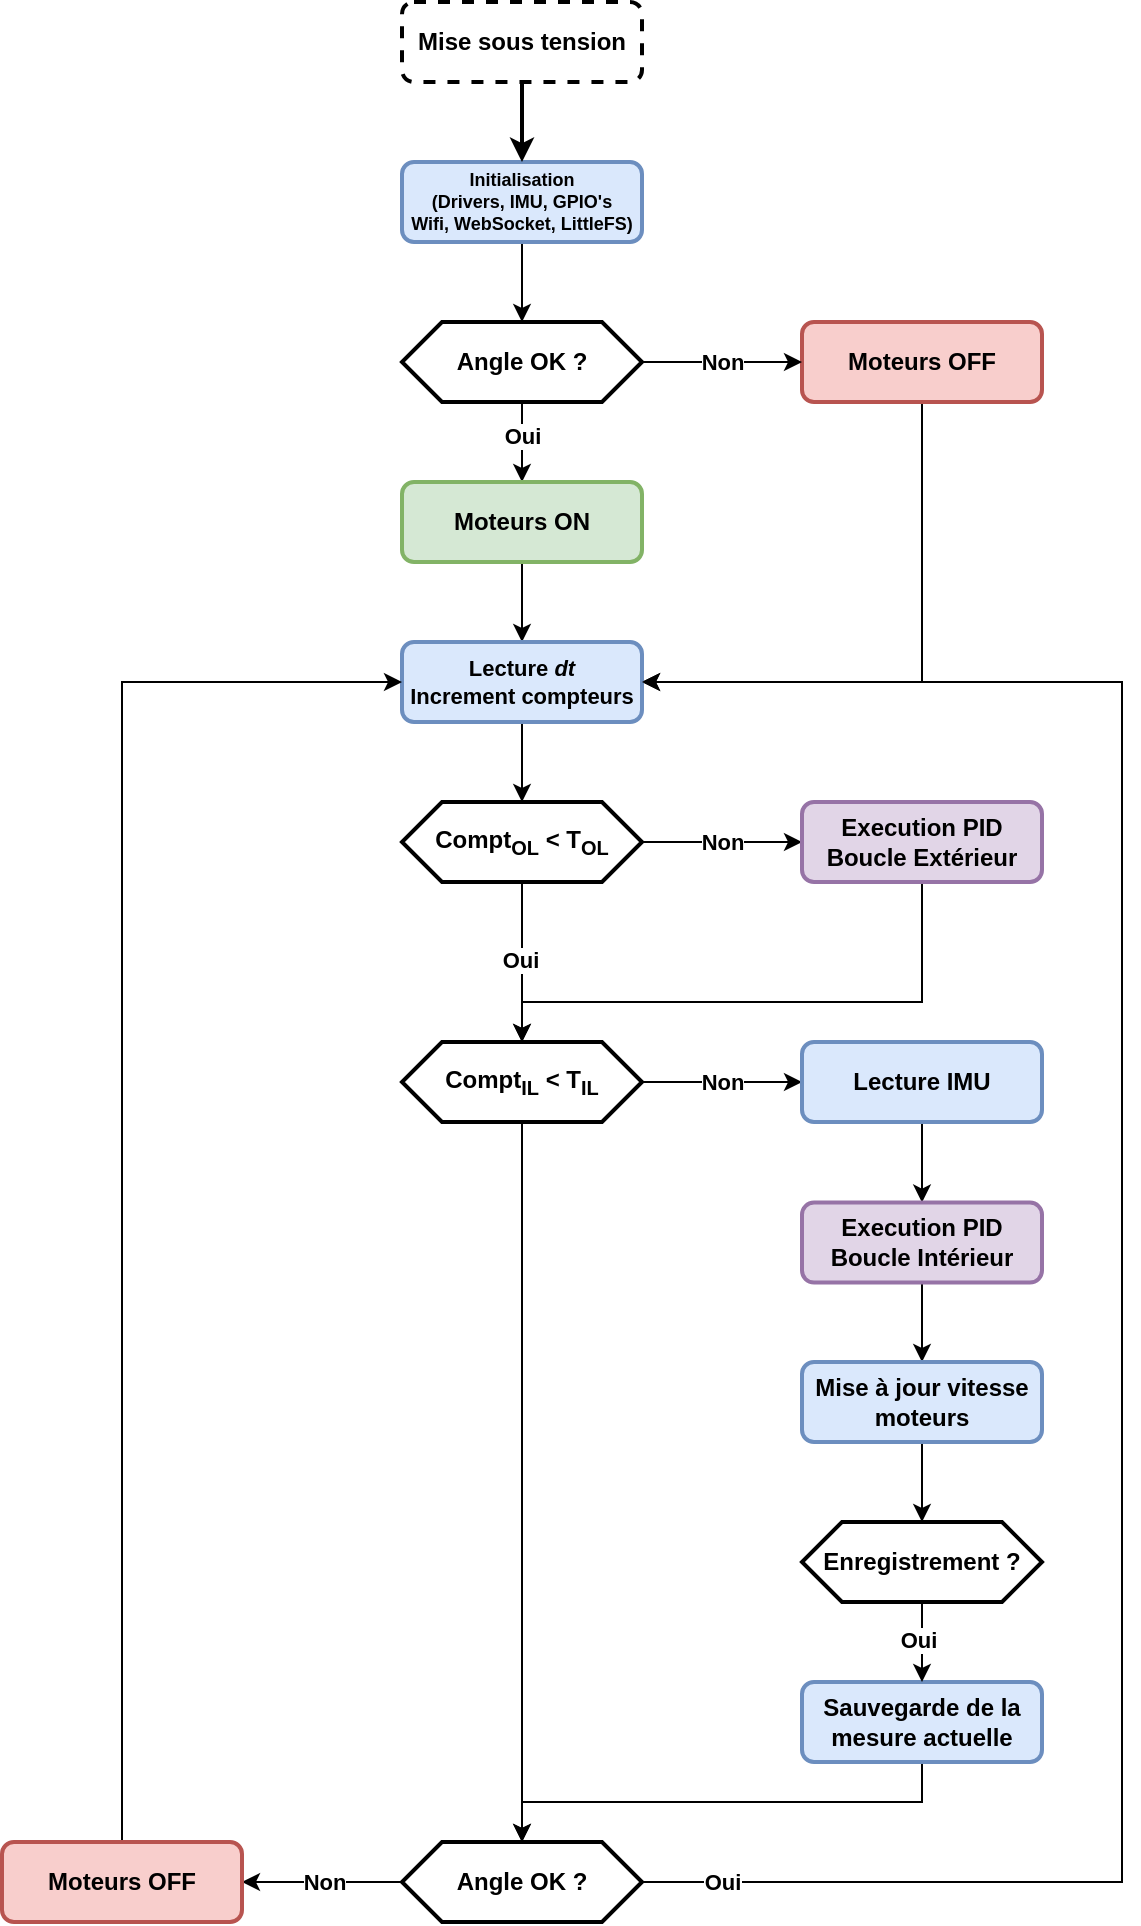
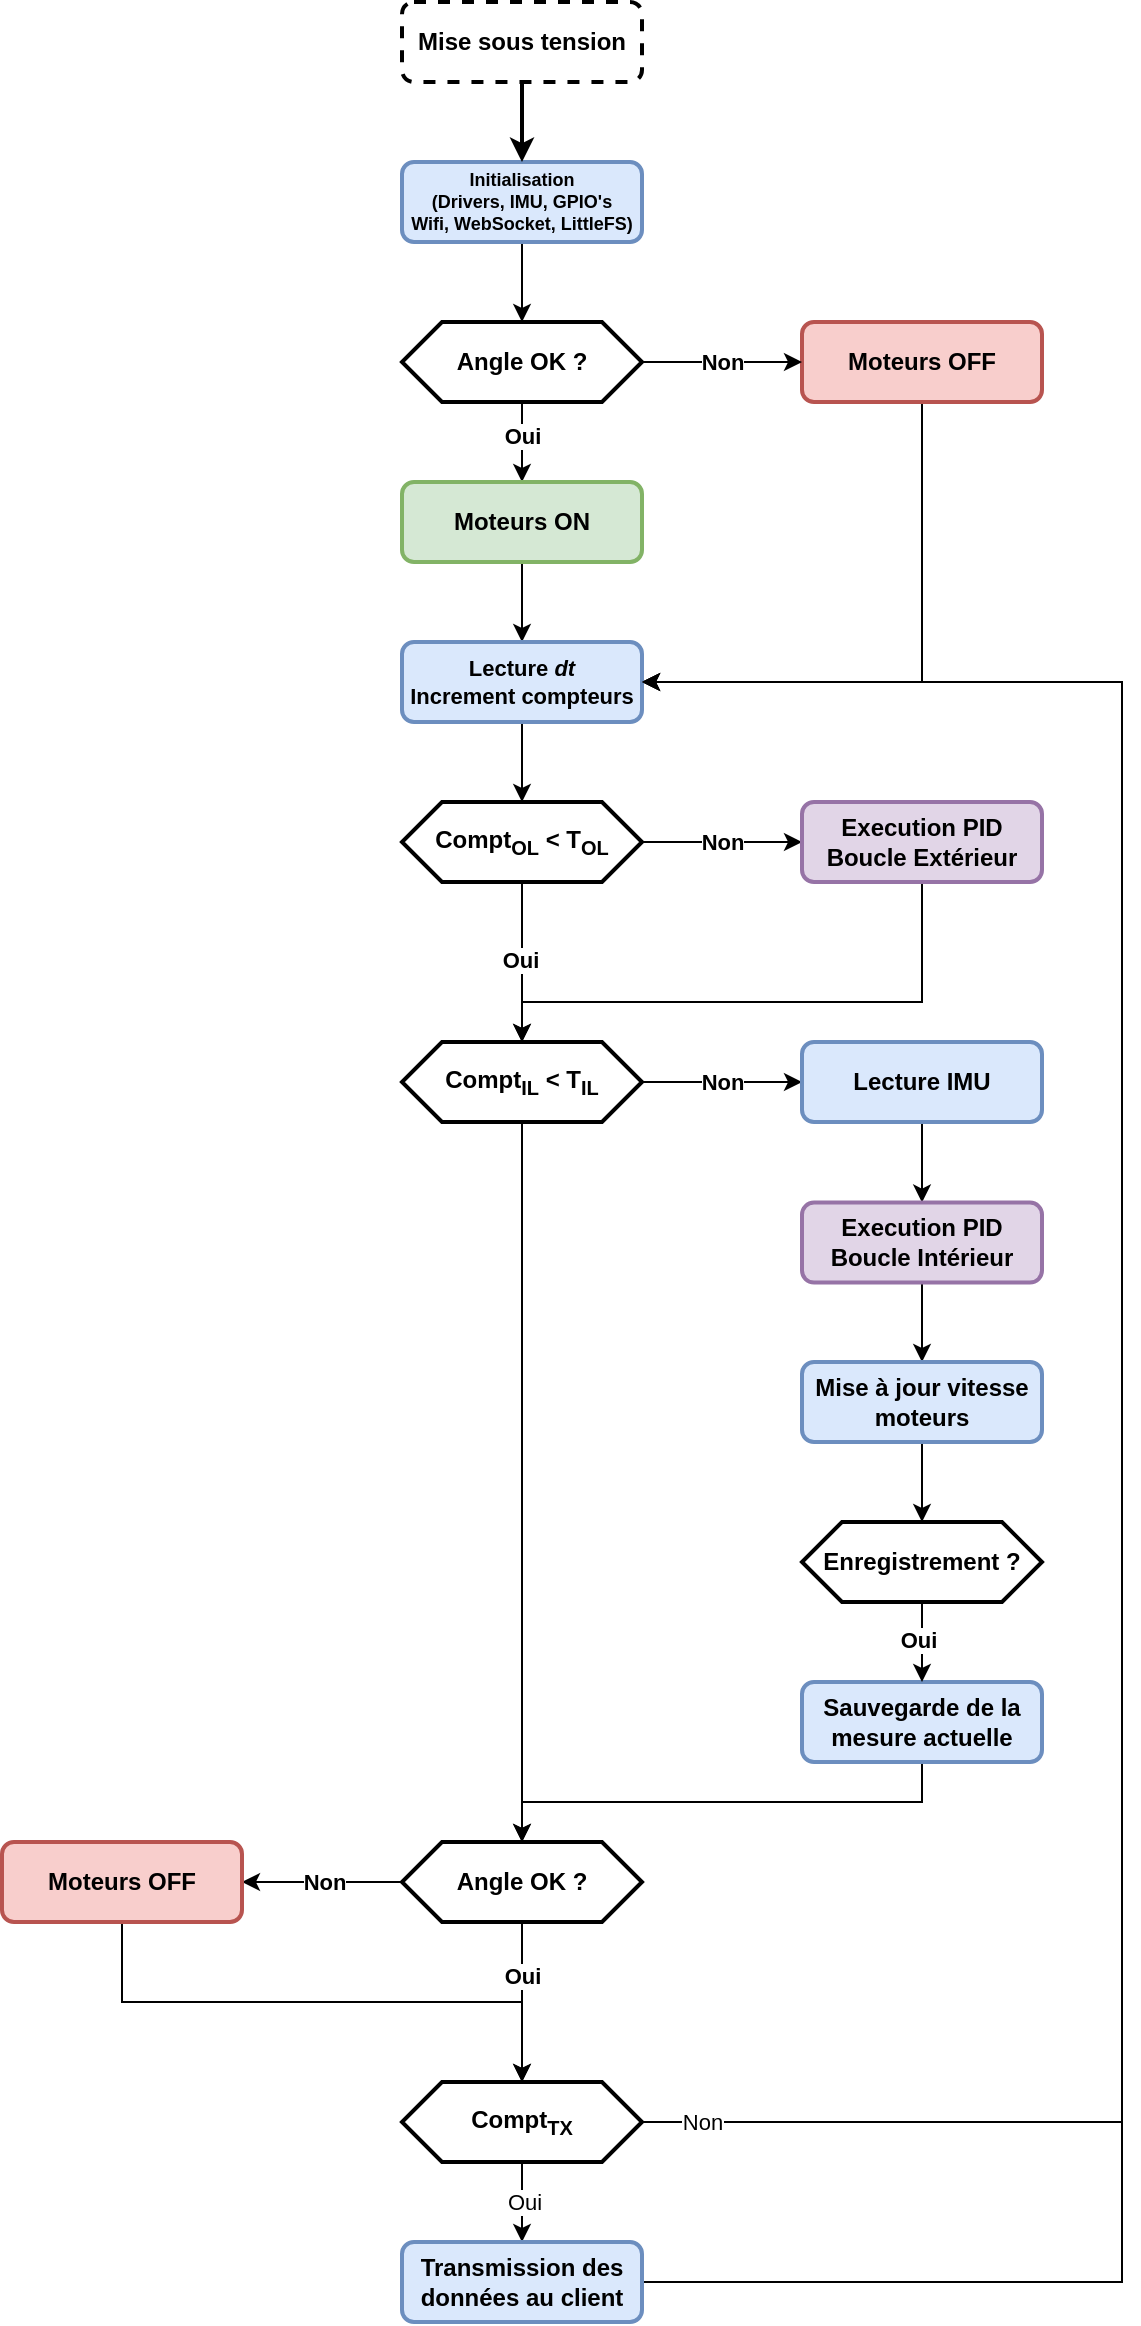
<mxfile host="Electron" agent="Mozilla/5.0 (Windows NT 10.0; Win64; x64) AppleWebKit/537.36 (KHTML, like Gecko) draw.io/28.1.2 Chrome/138.0.7204.243 Electron/37.4.0 Safari/537.36" version="28.1.2">
  <diagram name="Page-1" id="jjF6Z4soYPwatu_BmJz7">
-     <mxGraphModel dx="947" dy="569" grid="1" gridSize="10" guides="1" tooltips="1" connect="1" arrows="1" fold="1" page="1" pageScale="1" pageWidth="827" pageHeight="1169" math="0" shadow="0">
+     <mxGraphModel dx="1226" dy="736" grid="1" gridSize="10" guides="1" tooltips="1" connect="1" arrows="1" fold="1" page="1" pageScale="1" pageWidth="827" pageHeight="1169" math="0" shadow="0">
      <root>
        <mxCell id="0" />
        <mxCell id="1" parent="0" />
        <mxCell id="2YC1-memHxYBwXYtI8Gx-10" style="edgeStyle=orthogonalEdgeStyle;rounded=0;orthogonalLoop=1;jettySize=auto;html=1;entryX=0.5;entryY=0;entryDx=0;entryDy=0;strokeWidth=1;fontStyle=1;fontFamily=Helvetica;" parent="1" source="2YC1-memHxYBwXYtI8Gx-2" edge="1">
          <mxGeometry relative="1" as="geometry">
            <mxPoint x="300" y="240" as="targetPoint" />
          </mxGeometry>
        </mxCell>
        <mxCell id="2YC1-memHxYBwXYtI8Gx-2" value="Initialisation&lt;br&gt;(Drivers, IMU, GPIO&#39;s&lt;br&gt;Wifi, WebSocket, LittleFS)" style="rounded=1;whiteSpace=wrap;html=1;fontSize=9;fillColor=#dae8fc;strokeColor=#6c8ebf;strokeWidth=2;fontStyle=1;fontFamily=Helvetica;" parent="1" vertex="1">
          <mxGeometry x="240" y="160" width="120" height="40" as="geometry" />
        </mxCell>
        <mxCell id="2YC1-memHxYBwXYtI8Gx-5" style="edgeStyle=orthogonalEdgeStyle;rounded=0;orthogonalLoop=1;jettySize=auto;html=1;entryX=0.5;entryY=0;entryDx=0;entryDy=0;strokeWidth=2;fontStyle=1;fontFamily=Helvetica;" parent="1" source="2YC1-memHxYBwXYtI8Gx-4" target="2YC1-memHxYBwXYtI8Gx-2" edge="1">
          <mxGeometry relative="1" as="geometry" />
        </mxCell>
        <mxCell id="2YC1-memHxYBwXYtI8Gx-4" value="Mise sous tension" style="rounded=1;whiteSpace=wrap;html=1;dashed=1;strokeWidth=2;fontStyle=1;fontFamily=Helvetica;" parent="1" vertex="1">
          <mxGeometry x="240" y="80" width="120" height="40" as="geometry" />
        </mxCell>
        <mxCell id="2YC1-memHxYBwXYtI8Gx-44" style="edgeStyle=orthogonalEdgeStyle;rounded=0;orthogonalLoop=1;jettySize=auto;html=1;entryX=1;entryY=0.5;entryDx=0;entryDy=0;strokeWidth=1;fontStyle=1;fontFamily=Helvetica;" parent="1" source="2YC1-memHxYBwXYtI8Gx-11" target="2YC1-memHxYBwXYtI8Gx-20" edge="1">
          <mxGeometry relative="1" as="geometry">
            <Array as="points">
              <mxPoint x="500" y="420" />
            </Array>
          </mxGeometry>
        </mxCell>
        <mxCell id="2YC1-memHxYBwXYtI8Gx-11" value="Moteurs OFF" style="rounded=1;whiteSpace=wrap;html=1;fontSize=12;fillColor=#f8cecc;strokeColor=#b85450;strokeWidth=2;fontStyle=1;fontFamily=Helvetica;" parent="1" vertex="1">
          <mxGeometry x="440" y="240" width="120" height="40" as="geometry" />
        </mxCell>
        <mxCell id="2YC1-memHxYBwXYtI8Gx-13" value="" style="edgeStyle=orthogonalEdgeStyle;rounded=0;orthogonalLoop=1;jettySize=auto;html=1;strokeWidth=1;fontStyle=1;fontFamily=Helvetica;" parent="1" source="2YC1-memHxYBwXYtI8Gx-12" target="2YC1-memHxYBwXYtI8Gx-11" edge="1">
          <mxGeometry relative="1" as="geometry">
            <Array as="points">
              <mxPoint x="390" y="260" />
              <mxPoint x="390" y="260" />
            </Array>
          </mxGeometry>
        </mxCell>
        <mxCell id="2YC1-memHxYBwXYtI8Gx-14" value="Non" style="edgeLabel;html=1;align=center;verticalAlign=middle;resizable=0;points=[];fontStyle=1;fontFamily=Helvetica;" parent="2YC1-memHxYBwXYtI8Gx-13" vertex="1" connectable="0">
          <mxGeometry x="-0.278" relative="1" as="geometry">
            <mxPoint x="11" as="offset" />
          </mxGeometry>
        </mxCell>
        <mxCell id="2YC1-memHxYBwXYtI8Gx-17" style="edgeStyle=orthogonalEdgeStyle;rounded=0;orthogonalLoop=1;jettySize=auto;html=1;entryX=0.5;entryY=0;entryDx=0;entryDy=0;strokeWidth=1;fontStyle=1;fontFamily=Helvetica;" parent="1" source="2YC1-memHxYBwXYtI8Gx-12" target="2YC1-memHxYBwXYtI8Gx-16" edge="1">
          <mxGeometry relative="1" as="geometry" />
        </mxCell>
        <mxCell id="2YC1-memHxYBwXYtI8Gx-18" value="Oui" style="edgeLabel;html=1;align=center;verticalAlign=middle;resizable=0;points=[];fontStyle=1;fontFamily=Helvetica;" parent="2YC1-memHxYBwXYtI8Gx-17" vertex="1" connectable="0">
          <mxGeometry x="-0.1571" y="1" relative="1" as="geometry">
            <mxPoint x="-1" as="offset" />
          </mxGeometry>
        </mxCell>
        <mxCell id="2YC1-memHxYBwXYtI8Gx-12" value="Angle OK ?" style="shape=hexagon;perimeter=hexagonPerimeter2;whiteSpace=wrap;html=1;fixedSize=1;strokeWidth=2;fontStyle=1;fontFamily=Helvetica;" parent="1" vertex="1">
          <mxGeometry x="240" y="240" width="120" height="40" as="geometry" />
        </mxCell>
        <mxCell id="2YC1-memHxYBwXYtI8Gx-23" style="edgeStyle=orthogonalEdgeStyle;rounded=0;orthogonalLoop=1;jettySize=auto;html=1;strokeWidth=1;fontStyle=1;fontFamily=Helvetica;" parent="1" source="2YC1-memHxYBwXYtI8Gx-16" target="2YC1-memHxYBwXYtI8Gx-20" edge="1">
          <mxGeometry relative="1" as="geometry" />
        </mxCell>
        <mxCell id="2YC1-memHxYBwXYtI8Gx-16" value="Moteurs ON" style="rounded=1;whiteSpace=wrap;html=1;fontSize=12;fillColor=#d5e8d4;strokeColor=#82b366;strokeWidth=2;fontStyle=1;fontFamily=Helvetica;" parent="1" vertex="1">
          <mxGeometry x="240" y="320" width="120" height="40" as="geometry" />
        </mxCell>
        <mxCell id="2YC1-memHxYBwXYtI8Gx-24" style="edgeStyle=orthogonalEdgeStyle;rounded=0;orthogonalLoop=1;jettySize=auto;html=1;entryX=0.5;entryY=0;entryDx=0;entryDy=0;strokeWidth=1;fontStyle=1;fontFamily=Helvetica;" parent="1" source="2YC1-memHxYBwXYtI8Gx-20" target="2YC1-memHxYBwXYtI8Gx-22" edge="1">
          <mxGeometry relative="1" as="geometry" />
        </mxCell>
        <mxCell id="2YC1-memHxYBwXYtI8Gx-20" value="Lecture &lt;i&gt;dt&lt;/i&gt;&lt;br&gt;Increment compteurs" style="rounded=1;whiteSpace=wrap;html=1;fillColor=#dae8fc;strokeColor=#6c8ebf;strokeWidth=2;fontStyle=1;fontSize=11;fontFamily=Helvetica;" parent="1" vertex="1">
          <mxGeometry x="240" y="400" width="120" height="40" as="geometry" />
        </mxCell>
        <mxCell id="2YC1-memHxYBwXYtI8Gx-26" style="edgeStyle=orthogonalEdgeStyle;rounded=0;orthogonalLoop=1;jettySize=auto;html=1;entryX=0;entryY=0.5;entryDx=0;entryDy=0;fontStyle=1;fontSize=11;strokeWidth=1;fontFamily=Helvetica;" parent="1" source="2YC1-memHxYBwXYtI8Gx-22" target="2YC1-memHxYBwXYtI8Gx-25" edge="1">
          <mxGeometry relative="1" as="geometry" />
        </mxCell>
        <mxCell id="2YC1-memHxYBwXYtI8Gx-29" value="Non" style="edgeLabel;html=1;align=center;verticalAlign=middle;resizable=0;points=[];fontStyle=1;fontFamily=Helvetica;" parent="2YC1-memHxYBwXYtI8Gx-26" vertex="1" connectable="0">
          <mxGeometry x="-0.3293" relative="1" as="geometry">
            <mxPoint x="13" as="offset" />
          </mxGeometry>
        </mxCell>
        <mxCell id="2YC1-memHxYBwXYtI8Gx-28" value="" style="edgeStyle=orthogonalEdgeStyle;rounded=0;orthogonalLoop=1;jettySize=auto;html=1;strokeWidth=1;fontStyle=1;fontFamily=Helvetica;" parent="1" source="2YC1-memHxYBwXYtI8Gx-22" target="2YC1-memHxYBwXYtI8Gx-27" edge="1">
          <mxGeometry relative="1" as="geometry">
            <Array as="points">
              <mxPoint x="300" y="590" />
              <mxPoint x="300" y="590" />
            </Array>
          </mxGeometry>
        </mxCell>
        <mxCell id="2YC1-memHxYBwXYtI8Gx-30" value="Oui" style="edgeLabel;html=1;align=center;verticalAlign=middle;resizable=0;points=[];fontStyle=1;fontFamily=Helvetica;" parent="2YC1-memHxYBwXYtI8Gx-28" vertex="1" connectable="0">
          <mxGeometry x="-0.0383" y="-1" relative="1" as="geometry">
            <mxPoint as="offset" />
          </mxGeometry>
        </mxCell>
        <mxCell id="2YC1-memHxYBwXYtI8Gx-22" value="Compt&lt;sub&gt;OL&lt;/sub&gt; &amp;lt; T&lt;sub&gt;OL&lt;/sub&gt;" style="shape=hexagon;perimeter=hexagonPerimeter2;whiteSpace=wrap;html=1;fixedSize=1;strokeWidth=2;fontStyle=1;fontFamily=Helvetica;" parent="1" vertex="1">
          <mxGeometry x="240" y="480" width="120" height="40" as="geometry" />
        </mxCell>
        <mxCell id="2YC1-memHxYBwXYtI8Gx-31" style="edgeStyle=orthogonalEdgeStyle;rounded=0;orthogonalLoop=1;jettySize=auto;html=1;entryX=0.5;entryY=0;entryDx=0;entryDy=0;strokeWidth=1;fontStyle=1;fontFamily=Helvetica;" parent="1" source="2YC1-memHxYBwXYtI8Gx-25" target="2YC1-memHxYBwXYtI8Gx-27" edge="1">
          <mxGeometry relative="1" as="geometry">
            <Array as="points">
              <mxPoint x="500" y="580" />
              <mxPoint x="300" y="580" />
            </Array>
          </mxGeometry>
        </mxCell>
        <mxCell id="2YC1-memHxYBwXYtI8Gx-25" value="Execution PID&lt;br&gt;Boucle Extérieur" style="rounded=1;whiteSpace=wrap;html=1;fillColor=#e1d5e7;strokeColor=#9673a6;strokeWidth=2;fontStyle=1;fontFamily=Helvetica;" parent="1" vertex="1">
          <mxGeometry x="440" y="480" width="120" height="40" as="geometry" />
        </mxCell>
        <mxCell id="2YC1-memHxYBwXYtI8Gx-54" value="" style="edgeStyle=orthogonalEdgeStyle;rounded=0;orthogonalLoop=1;jettySize=auto;html=1;strokeWidth=1;fontStyle=1;fontFamily=Helvetica;" parent="1" source="2YC1-memHxYBwXYtI8Gx-27" target="2YC1-memHxYBwXYtI8Gx-35" edge="1">
          <mxGeometry relative="1" as="geometry">
            <Array as="points">
              <mxPoint x="430" y="620" />
              <mxPoint x="430" y="620" />
            </Array>
          </mxGeometry>
        </mxCell>
        <mxCell id="2YC1-memHxYBwXYtI8Gx-55" value="Non" style="edgeLabel;html=1;align=center;verticalAlign=middle;resizable=0;points=[];fontStyle=1;fontFamily=Helvetica;" parent="2YC1-memHxYBwXYtI8Gx-54" vertex="1" connectable="0">
          <mxGeometry x="-0.0864" y="1" relative="1" as="geometry">
            <mxPoint x="3" y="1" as="offset" />
          </mxGeometry>
        </mxCell>
        <mxCell id="2YC1-memHxYBwXYtI8Gx-57" style="edgeStyle=orthogonalEdgeStyle;rounded=0;orthogonalLoop=1;jettySize=auto;html=1;entryX=0.5;entryY=0;entryDx=0;entryDy=0;strokeWidth=1;fontStyle=1;fontFamily=Helvetica;" parent="1" source="2YC1-memHxYBwXYtI8Gx-27" target="2YC1-memHxYBwXYtI8Gx-56" edge="1">
          <mxGeometry relative="1" as="geometry" />
        </mxCell>
        <mxCell id="2YC1-memHxYBwXYtI8Gx-27" value="Compt&lt;sub&gt;IL&lt;/sub&gt;&amp;nbsp;&amp;lt; T&lt;sub&gt;IL&lt;/sub&gt;" style="shape=hexagon;perimeter=hexagonPerimeter2;whiteSpace=wrap;html=1;fixedSize=1;strokeWidth=2;fontStyle=1;fontFamily=Helvetica;" parent="1" vertex="1">
          <mxGeometry x="240" y="600" width="120" height="40" as="geometry" />
        </mxCell>
        <mxCell id="2YC1-memHxYBwXYtI8Gx-38" style="edgeStyle=orthogonalEdgeStyle;rounded=0;orthogonalLoop=1;jettySize=auto;html=1;entryX=0.5;entryY=0;entryDx=0;entryDy=0;strokeWidth=1;fontStyle=1;fontFamily=Helvetica;" parent="1" source="2YC1-memHxYBwXYtI8Gx-35" target="2YC1-memHxYBwXYtI8Gx-37" edge="1">
          <mxGeometry relative="1" as="geometry">
            <mxPoint x="500" y="670" as="targetPoint" />
          </mxGeometry>
        </mxCell>
        <mxCell id="2YC1-memHxYBwXYtI8Gx-35" value="Lecture IMU" style="rounded=1;whiteSpace=wrap;html=1;fillColor=#dae8fc;strokeColor=#6c8ebf;strokeWidth=2;fontStyle=1;fontFamily=Helvetica;" parent="1" vertex="1">
          <mxGeometry x="440.0014285714286" y="600" width="120" height="40" as="geometry" />
        </mxCell>
        <mxCell id="2YC1-memHxYBwXYtI8Gx-40" style="edgeStyle=orthogonalEdgeStyle;rounded=0;orthogonalLoop=1;jettySize=auto;html=1;entryX=0.5;entryY=0;entryDx=0;entryDy=0;strokeWidth=1;fontStyle=1;fontFamily=Helvetica;" parent="1" source="2YC1-memHxYBwXYtI8Gx-37" target="2YC1-memHxYBwXYtI8Gx-39" edge="1">
          <mxGeometry relative="1" as="geometry" />
        </mxCell>
        <mxCell id="2YC1-memHxYBwXYtI8Gx-37" value="Execution PID&lt;br&gt;Boucle Intérieur" style="rounded=1;whiteSpace=wrap;html=1;fillColor=#e1d5e7;strokeColor=#9673a6;strokeWidth=2;fontStyle=1;fontFamily=Helvetica;" parent="1" vertex="1">
          <mxGeometry x="440" y="680.29" width="120" height="40" as="geometry" />
        </mxCell>
        <mxCell id="2YC1-memHxYBwXYtI8Gx-49" style="edgeStyle=orthogonalEdgeStyle;rounded=0;orthogonalLoop=1;jettySize=auto;html=1;entryX=0.5;entryY=0;entryDx=0;entryDy=0;strokeWidth=1;fontStyle=1;fontFamily=Helvetica;" parent="1" source="2YC1-memHxYBwXYtI8Gx-39" target="2YC1-memHxYBwXYtI8Gx-47" edge="1">
          <mxGeometry relative="1" as="geometry" />
        </mxCell>
        <mxCell id="2YC1-memHxYBwXYtI8Gx-39" value="Mise à jour vitesse moteurs" style="rounded=1;whiteSpace=wrap;html=1;fillColor=#dae8fc;strokeColor=#6c8ebf;strokeWidth=2;fontStyle=1;fontFamily=Helvetica;" parent="1" vertex="1">
          <mxGeometry x="440" y="760" width="120" height="40" as="geometry" />
        </mxCell>
        <mxCell id="2YC1-memHxYBwXYtI8Gx-47" value="Enregistrement ?" style="shape=hexagon;perimeter=hexagonPerimeter2;whiteSpace=wrap;html=1;fixedSize=1;strokeWidth=2;fontStyle=1;fontFamily=Helvetica;" parent="1" vertex="1">
          <mxGeometry x="440" y="840" width="120" height="40" as="geometry" />
        </mxCell>
        <mxCell id="2YC1-memHxYBwXYtI8Gx-58" style="edgeStyle=orthogonalEdgeStyle;rounded=0;orthogonalLoop=1;jettySize=auto;html=1;entryX=0.5;entryY=0;entryDx=0;entryDy=0;strokeWidth=1;fontStyle=1;fontFamily=Helvetica;" parent="1" source="2YC1-memHxYBwXYtI8Gx-50" target="2YC1-memHxYBwXYtI8Gx-56" edge="1">
          <mxGeometry relative="1" as="geometry">
            <Array as="points">
              <mxPoint x="500" y="980" />
              <mxPoint x="300" y="980" />
            </Array>
          </mxGeometry>
        </mxCell>
        <mxCell id="2YC1-memHxYBwXYtI8Gx-50" value="Sauvegarde de la mesure actuelle" style="rounded=1;whiteSpace=wrap;html=1;fillColor=#dae8fc;strokeColor=#6c8ebf;strokeWidth=2;fontStyle=1;fontFamily=Helvetica;" parent="1" vertex="1">
          <mxGeometry x="440" y="920" width="120" height="40" as="geometry" />
        </mxCell>
        <mxCell id="2YC1-memHxYBwXYtI8Gx-51" style="edgeStyle=orthogonalEdgeStyle;rounded=0;orthogonalLoop=1;jettySize=auto;html=1;entryX=0.5;entryY=0;entryDx=0;entryDy=0;strokeWidth=1;fontStyle=1;fontFamily=Helvetica;" parent="1" source="2YC1-memHxYBwXYtI8Gx-47" target="2YC1-memHxYBwXYtI8Gx-50" edge="1">
          <mxGeometry relative="1" as="geometry" />
        </mxCell>
        <mxCell id="2YC1-memHxYBwXYtI8Gx-52" value="Oui" style="edgeLabel;html=1;align=center;verticalAlign=middle;resizable=0;points=[];fontStyle=1;fontFamily=Helvetica;" parent="2YC1-memHxYBwXYtI8Gx-51" vertex="1" connectable="0">
          <mxGeometry x="-0.116" y="1" relative="1" as="geometry">
            <mxPoint x="-3" y="1" as="offset" />
          </mxGeometry>
        </mxCell>
        <mxCell id="2YC1-memHxYBwXYtI8Gx-64" value="" style="edgeStyle=orthogonalEdgeStyle;rounded=0;orthogonalLoop=1;jettySize=auto;html=1;fontStyle=1;strokeWidth=1;fontFamily=Helvetica;" parent="1" source="2YC1-memHxYBwXYtI8Gx-56" target="2YC1-memHxYBwXYtI8Gx-63" edge="1">
          <mxGeometry relative="1" as="geometry">
            <Array as="points">
              <mxPoint x="210" y="1020" />
              <mxPoint x="210" y="1020" />
            </Array>
          </mxGeometry>
        </mxCell>
        <mxCell id="2YC1-memHxYBwXYtI8Gx-65" value="Non" style="edgeLabel;html=1;align=center;verticalAlign=middle;resizable=0;points=[];fontStyle=1;fontFamily=Helvetica;" parent="2YC1-memHxYBwXYtI8Gx-64" vertex="1" connectable="0">
          <mxGeometry x="-0.0183" relative="1" as="geometry">
            <mxPoint as="offset" />
          </mxGeometry>
        </mxCell>
-         <mxCell id="2YC1-memHxYBwXYtI8Gx-68" style="edgeStyle=orthogonalEdgeStyle;rounded=0;orthogonalLoop=1;jettySize=auto;html=1;entryX=1;entryY=0.5;entryDx=0;entryDy=0;strokeWidth=1;fontStyle=1;fontFamily=Helvetica;" parent="1" source="2YC1-memHxYBwXYtI8Gx-56" target="2YC1-memHxYBwXYtI8Gx-20" edge="1">
-           <mxGeometry relative="1" as="geometry">
-             <Array as="points">
-               <mxPoint x="600" y="1020" />
-               <mxPoint x="600" y="420" />
-             </Array>
-           </mxGeometry>
-         </mxCell>
-         <mxCell id="2YC1-memHxYBwXYtI8Gx-69" value="Oui" style="edgeLabel;html=1;align=center;verticalAlign=middle;resizable=0;points=[];fontStyle=1;fontFamily=Helvetica;" parent="2YC1-memHxYBwXYtI8Gx-68" vertex="1" connectable="0">
-           <mxGeometry x="-0.9556" relative="1" as="geometry">
-             <mxPoint x="16" as="offset" />
+         <mxCell id="AZWKRyBrAxlTTdJ5z4Ru-3" style="edgeStyle=orthogonalEdgeStyle;rounded=0;orthogonalLoop=1;jettySize=auto;html=1;entryX=0.5;entryY=0;entryDx=0;entryDy=0;" edge="1" parent="1" source="2YC1-memHxYBwXYtI8Gx-56" target="AZWKRyBrAxlTTdJ5z4Ru-1">
+           <mxGeometry relative="1" as="geometry" />
+         </mxCell>
+         <mxCell id="AZWKRyBrAxlTTdJ5z4Ru-5" value="Oui" style="edgeLabel;html=1;align=center;verticalAlign=middle;resizable=0;points=[];fontStyle=1" vertex="1" connectable="0" parent="AZWKRyBrAxlTTdJ5z4Ru-3">
+           <mxGeometry x="-0.3357" relative="1" as="geometry">
+             <mxPoint as="offset" />
          </mxGeometry>
        </mxCell>
        <mxCell id="2YC1-memHxYBwXYtI8Gx-56" value="Angle OK ?" style="shape=hexagon;perimeter=hexagonPerimeter2;whiteSpace=wrap;html=1;fixedSize=1;strokeWidth=2;fontStyle=1;fontFamily=Helvetica;" parent="1" vertex="1">
          <mxGeometry x="240" y="1000" width="120" height="40" as="geometry" />
        </mxCell>
-         <mxCell id="2YC1-memHxYBwXYtI8Gx-66" style="edgeStyle=orthogonalEdgeStyle;rounded=0;orthogonalLoop=1;jettySize=auto;html=1;entryX=0;entryY=0.5;entryDx=0;entryDy=0;strokeWidth=1;fontStyle=1;fontFamily=Helvetica;" parent="1" source="2YC1-memHxYBwXYtI8Gx-63" target="2YC1-memHxYBwXYtI8Gx-20" edge="1">
-           <mxGeometry relative="1" as="geometry">
-             <Array as="points">
-               <mxPoint x="100" y="420" />
+         <mxCell id="AZWKRyBrAxlTTdJ5z4Ru-4" style="edgeStyle=orthogonalEdgeStyle;rounded=0;orthogonalLoop=1;jettySize=auto;html=1;entryX=0.5;entryY=0;entryDx=0;entryDy=0;" edge="1" parent="1" source="2YC1-memHxYBwXYtI8Gx-63" target="AZWKRyBrAxlTTdJ5z4Ru-1">
+           <mxGeometry relative="1" as="geometry">
+             <Array as="points">
+               <mxPoint x="100" y="1080" />
+               <mxPoint x="300" y="1080" />
            </Array>
          </mxGeometry>
        </mxCell>
        <mxCell id="2YC1-memHxYBwXYtI8Gx-63" value="Moteurs OFF" style="rounded=1;whiteSpace=wrap;html=1;fontSize=12;fillColor=#f8cecc;strokeColor=#b85450;strokeWidth=2;fontStyle=1;fontFamily=Helvetica;" parent="1" vertex="1">
          <mxGeometry x="40" y="1000" width="120" height="40" as="geometry" />
+         </mxCell>
+         <mxCell id="AZWKRyBrAxlTTdJ5z4Ru-7" style="edgeStyle=orthogonalEdgeStyle;rounded=0;orthogonalLoop=1;jettySize=auto;html=1;" edge="1" parent="1" source="AZWKRyBrAxlTTdJ5z4Ru-1">
+           <mxGeometry relative="1" as="geometry">
+             <mxPoint x="300" y="1200" as="targetPoint" />
+           </mxGeometry>
+         </mxCell>
+         <mxCell id="AZWKRyBrAxlTTdJ5z4Ru-9" value="Oui" style="edgeLabel;html=1;align=center;verticalAlign=middle;resizable=0;points=[];" vertex="1" connectable="0" parent="AZWKRyBrAxlTTdJ5z4Ru-7">
+           <mxGeometry x="0.1135" relative="1" as="geometry">
+             <mxPoint y="-2" as="offset" />
+           </mxGeometry>
+         </mxCell>
+         <mxCell id="AZWKRyBrAxlTTdJ5z4Ru-13" style="edgeStyle=orthogonalEdgeStyle;rounded=0;orthogonalLoop=1;jettySize=auto;html=1;entryX=1;entryY=0.5;entryDx=0;entryDy=0;" edge="1" parent="1" source="AZWKRyBrAxlTTdJ5z4Ru-1" target="2YC1-memHxYBwXYtI8Gx-20">
+           <mxGeometry relative="1" as="geometry">
+             <Array as="points">
+               <mxPoint x="600" y="1140" />
+               <mxPoint x="600" y="420" />
+             </Array>
+           </mxGeometry>
+         </mxCell>
+         <mxCell id="AZWKRyBrAxlTTdJ5z4Ru-14" value="Non" style="edgeLabel;html=1;align=center;verticalAlign=middle;resizable=0;points=[];" vertex="1" connectable="0" parent="AZWKRyBrAxlTTdJ5z4Ru-13">
+           <mxGeometry x="-0.955" y="-3" relative="1" as="geometry">
+             <mxPoint x="3" y="-3" as="offset" />
+           </mxGeometry>
+         </mxCell>
+         <mxCell id="AZWKRyBrAxlTTdJ5z4Ru-1" value="Compt&lt;sub&gt;TX&lt;/sub&gt;" style="shape=hexagon;perimeter=hexagonPerimeter2;whiteSpace=wrap;html=1;fixedSize=1;strokeWidth=2;fontStyle=1;fontFamily=Helvetica;" vertex="1" parent="1">
+           <mxGeometry x="240" y="1120" width="120" height="40" as="geometry" />
+         </mxCell>
+         <mxCell id="AZWKRyBrAxlTTdJ5z4Ru-12" style="edgeStyle=orthogonalEdgeStyle;rounded=0;orthogonalLoop=1;jettySize=auto;html=1;entryX=1;entryY=0.5;entryDx=0;entryDy=0;" edge="1" parent="1" source="AZWKRyBrAxlTTdJ5z4Ru-8" target="2YC1-memHxYBwXYtI8Gx-20">
+           <mxGeometry relative="1" as="geometry">
+             <Array as="points">
+               <mxPoint x="600" y="1220" />
+               <mxPoint x="600" y="420" />
+             </Array>
+           </mxGeometry>
+         </mxCell>
+         <mxCell id="AZWKRyBrAxlTTdJ5z4Ru-8" value="Transmission des données au client" style="rounded=1;whiteSpace=wrap;html=1;fillColor=#dae8fc;strokeColor=#6c8ebf;strokeWidth=2;fontStyle=1;fontFamily=Helvetica;" vertex="1" parent="1">
+           <mxGeometry x="240" y="1200" width="120" height="40" as="geometry" />
        </mxCell>
      </root>
    </mxGraphModel>
  </diagram>
</mxfile>
